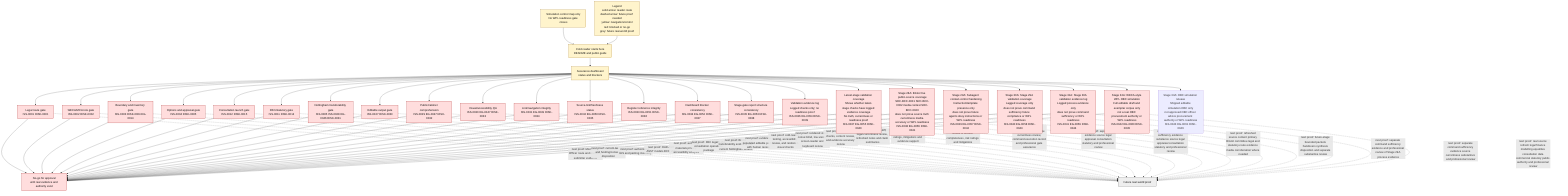
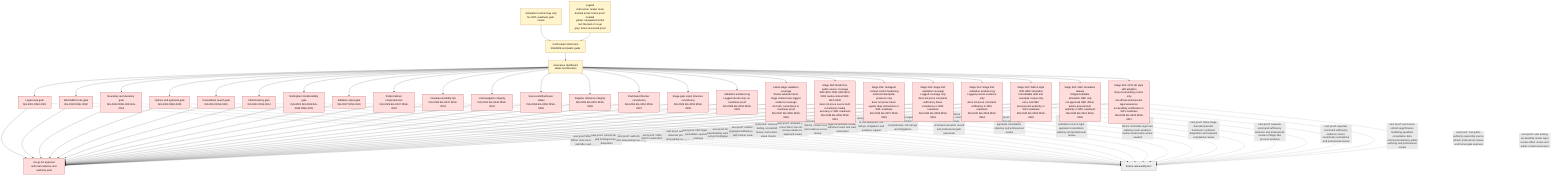
flowchart TD
    Caption["Simulation control map only<br/>No WPL readiness gate closes"]
    Legend["Legend<br/>solid arrow: reader route<br/>dashed arrow: future proof needed<br/>yellow: navigation/control<br/>red: blocked or no-go<br/>grey: future real-world proof"]
    Caption --> Start
    Legend --> Start
    Start["Cold reader starts here<br/>README and public guide"] --> Dash["Assurance dashboard<br/>status and blockers"]
    Dash --> Legal["Legal route gate<br/>ISS-0001 RISK-0001"]
    Dash --> WECA["WECA/MCA role gate<br/>ISS-0002 RISK-0002"]
    Dash --> Spatial["Boundary and inventory gate<br/>ISS-0003 RISK-0004 EG-0014"]
    Dash --> Appraisal["Options and appraisal gate<br/>ISS-0004 RISK-0005"]
    Dash --> Consult["Consultation launch gate<br/>ISS-0012 RISK-0015"]
    Dash --> FBC["FBC/statutory gate<br/>ISS-0011 RISK-0014"]
    Dash --> Nottingham["Nottingham transferability gate<br/>ISS-0005 ISS-0028 EG-0046 RISK-0031"]
    Dash --> Authoring["Editable output gate<br/>ISS-0027 RISK-0030"]
    Dash --> Comprehension["Public/cabinet comprehension<br/>ISS-0029 EG-0047 RISK-0032"]
    Dash --> VisualQA["Visual/accessibility QA<br/>ISS-0030 EG-0047 RISK-0033"]
    Dash --> NavigationQA["Link/navigation integrity<br/>ISS-0031 EG-0049 RISK-0034"]
    Dash --> SourceFreshness["Source-link/freshness status<br/>ISS-0032 EG-0050 RISK-0035"]
    Dash --> RegisterIntegrity["Register reference integrity<br/>ISS-0033 EG-0051 RISK-0036"]
    Dash --> DashboardConsistency["Dashboard blocker consistency<br/>ISS-0034 EG-0052 RISK-0037"]
    Dash --> GateReportQA["Stage-gate report structure consistency<br/>ISS-0035 EG-0053 RISK-0038"]
    Dash --> ValidationEvidence["Validation evidence log<br/>Logged checks only; no readiness proof<br/>ISS-0036 EG-0054 RISK-0039"]
    Dash --> ValidationCoverage["Latest-stage validation coverage<br/>Shows whether latest-stage checks have logged evidence coverage<br/>No truth, currentness or readiness proof<br/>ISS-0037 EG-0055 RISK-0040"]
    Dash --> BristolPublicSources["Stage 28A: Bristol live public-source coverage<br/>SRC-BCC-0001 SRC-BCC-0002 media context SRC-BCC-0020<br/>does not prove source truth currentness media accuracy or WPL readiness<br/>ISS-0038 EG-0056 RISK-0041"]
    Dash --> SubagentContextControl["Stage 29A: Subagent context-control hardening<br/>Instruction/template presence only<br/>does not prove future agents obey instructions or WPL readiness<br/>ISS-0039 EG-0057 RISK-0042"]
    Dash --> Stage29ValidationCoverage["Stage 30A: Stage 29A validation coverage<br/>Lagged coverage only<br/>does not prove command sufficiency future compliance or WPL readiness<br/>ISS-0040 EG-0058 RISK-0043"]
    Dash --> Stage30ValidationLog["Stage 31A: Stage 30A validation evidence log<br/>Logged process evidence only<br/>does not prove command sufficiency or WPL readiness<br/>ISS-0041 EG-0059 RISK-0044"]
    Dash --> Stage32AObcSimulation["Stage 32A: WECA-style WPL OBC simulation<br/>Full editable draft and exemplar corpus only<br/>not a real OBC procurement authority or WPL readiness<br/>ISS-0042 EG-0060 RISK-0045"]
    Dash --> Stage33AObcRelease["Stage 33A: OBC simulation release<br/>Shipped editable simulation OBC only<br/>not approved OBC officer advice procurement authority or WPL readiness<br/>ISS-0043 EG-0061 RISK-0046"]
+     Dash --> Stage34AGovukStyle["Stage 34A: GOV.UK style skill adoption<br/>Repo-local writing control only<br/>not official endorsement legal assurance accessibility certification or WPL readiness<br/>ISS-0044 EG-0062 RISK-0047"]

    Legal --> NoGo["No-go for approval<br/>until real evidence and authority exist"]
    WECA --> NoGo
    Spatial --> NoGo
    Appraisal --> NoGo
    Consult --> NoGo
    FBC --> NoGo
    Nottingham --> NoGo
    Authoring --> NoGo
    Comprehension --> NoGo
    VisualQA --> NoGo
    NavigationQA --> NoGo
    SourceFreshness --> NoGo
    RegisterIntegrity --> NoGo
    DashboardConsistency --> NoGo
    GateReportQA --> NoGo
    ValidationEvidence --> NoGo
    ValidationCoverage --> NoGo
    BristolPublicSources --> NoGo
    SubagentContextControl --> NoGo
    Stage29ValidationCoverage --> NoGo
    Stage30ValidationLog --> NoGo
    Stage32AObcSimulation --> NoGo
+     Stage33AObcRelease --> NoGo
+     Stage34AGovukStyle --> NoGo

    Legal -. "next proof: Monitoring Officer route and statutory submitter evidence" .-> Proof["Future real-world proof"]
    WECA -. "next proof: current-law role and funding/consent disposition" .-> Proof
    Spatial -. "next proof: authoritative GIS and parking inventory" .-> Proof
    Appraisal -. "next proof: OAR ASR ASST models BCR VFM" .-> Proof
    Consult -. "next proof: authority materials privacy accessibility analysis" .-> Proof
    FBC -. "next proof: FBC legal S151 consultation operations package" .-> Proof
    Nottingham -. "next proof: Bristol transferability evidence and current Nottingham refresh" .-> Proof
    Authoring -. "next proof: evidence-populated editable packs with human review" .-> Proof
    Comprehension -. "next proof: cold-reader testing, accessibility review, and rendered-visual checks" .-> Proof
    VisualQA -. "next proof: rendered visual, colour-blind, low-vision, screen-reader and keyboard review" .-> Proof
    NavigationQA -. "next proof: external-link checks, content review, and evidence accuracy review" .-> Proof
    SourceFreshness -. "next proof: content diff, legal-currentness review, refreshed notes and claim summaries" .-> Proof
    RegisterIntegrity -. "next proof: human review of row substance, risk ratings, mitigations and evidence support" .-> Proof
    DashboardConsistency -. "next proof: full register review of blocker completeness, risk ratings and mitigations" .-> Proof
    GateReportQA -. "next proof: evidence substance review, source currentness review, command execution record and professional gate assurance" .-> Proof
    ValidationEvidence -. "next proof: separate evidence source legal appraisal consultation statutory and professional review" .-> Proof
    ValidationCoverage -. "next proof: command sufficiency evidence substance source legal appraisal consultation statutory and professional review" .-> Proof
    BristolPublicSources -. "next proof: refreshed source content primary Bristol committee legal and statutory-route evidence media corroboration where needed" .-> Proof
    SubagentContextControl -. "next proof: future-stage bounded packets handovers synthesis disposition and separate substantive review" .-> Proof
    Stage29ValidationCoverage -. "next proof: separate command sufficiency evidence and professional review of Stage 29A process evidence" .-> Proof
    Stage30ValidationLog -. "next proof: separate command sufficiency evidence source currentness substantive and professional review" .-> Proof
    Stage32AObcSimulation -. "next proof: real source refresh legal finance modelling equalities consultation data commercial statutory public-authority and professional review" .-> Proof
+     Stage33AObcRelease -. "next proof: real public-authority ownership source refresh professional review and formal gate approval" .-> Proof
+     Stage34AGovukStyle -. "next proof: user testing accessibility review legal review officer review and public-content assurance" .-> Proof

    classDef start fill:#ddf4ff,stroke:#005f99,color:#111111;
    classDef blocked fill:#ffdddd,stroke:#990000,color:#111111;
    classDef guide fill:#fff4cc,stroke:#996600,color:#111111;
    classDef future fill:#eeeeee,stroke:#555555,color:#111111;

    class Start,Dash,Caption,Legend guide;
-     class Legal,WECA,Spatial,Appraisal,Consult,FBC,Nottingham,Authoring,Comprehension,VisualQA,NavigationQA,SourceFreshness,RegisterIntegrity,DashboardConsistency,GateReportQA,ValidationEvidence,ValidationCoverage,BristolPublicSources,SubagentContextControl,Stage29ValidationCoverage,Stage30ValidationLog,Stage32AObcSimulation,NoGo blocked;
+     class Legal,WECA,Spatial,Appraisal,Consult,FBC,Nottingham,Authoring,Comprehension,VisualQA,NavigationQA,SourceFreshness,RegisterIntegrity,DashboardConsistency,GateReportQA,ValidationEvidence,ValidationCoverage,BristolPublicSources,SubagentContextControl,Stage29ValidationCoverage,Stage30ValidationLog,Stage32AObcSimulation,Stage33AObcRelease,Stage34AGovukStyle,NoGo blocked;
    class Proof future;
